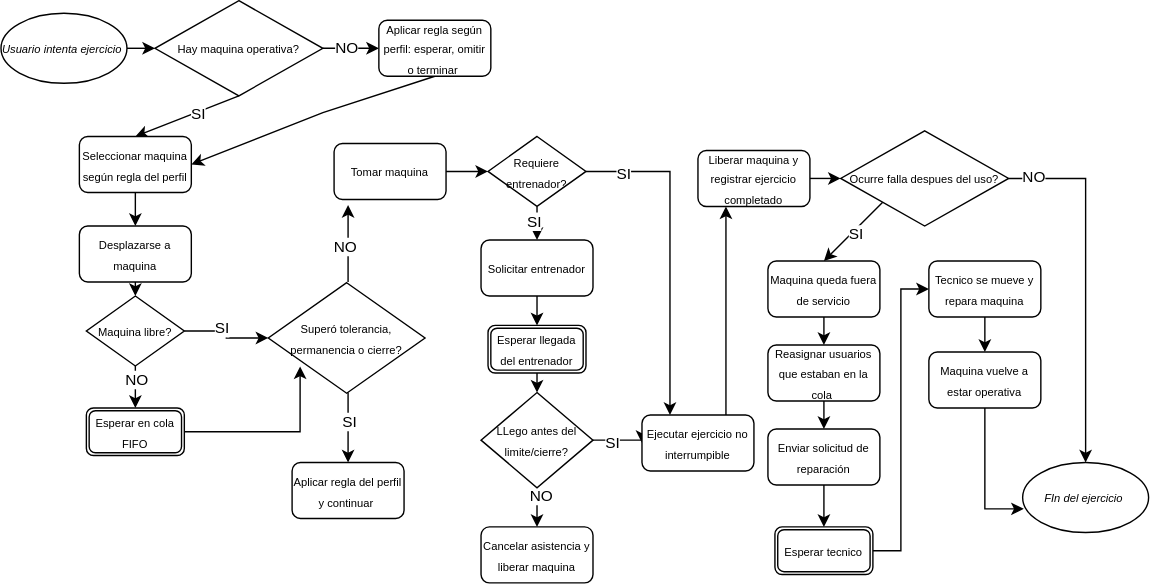
The draw.io diagram Proyecto/Entrega_2/Ejecuciones.drawio.svg in jaaavier6/Proyecto-Fundamentos-de-Sim, before a commit. Source tidied: cells renumbered, new cells last; positions are measured from the earlier drawing's top-left corner, leaving out a move shared by most shapes.
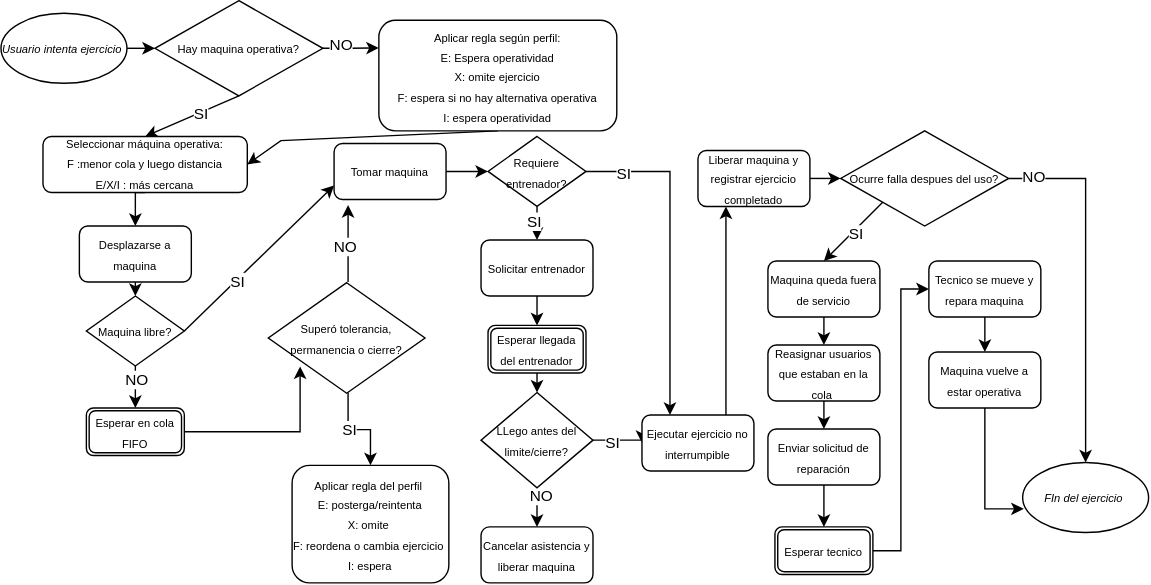
Above is the later version.

Commit message:
diagramas finales + PDFs

Change to the diagram source:
```diff
@@ -8,36 +8,36 @@
     <mxCell id="3" value="&lt;span style=&quot;font-size: 8px;&quot;&gt;&lt;i&gt;Usuario intenta ejercicio&amp;nbsp;&lt;/i&gt;&lt;/span&gt;" style="ellipse;whiteSpace=wrap;html=1;" parent="1" vertex="1">
       <mxGeometry y="9" width="90" height="50" as="geometry" />
     </mxCell>
+    <mxCell id="6" style="rounded=0;jettySize=auto;html=1;exitX=0.5;exitY=1;exitDx=0;exitDy=0;entryX=0.5;entryY=0;entryDx=0;entryDy=0;defaultLabelBackgroundColor=page;" parent="1" edge="1" source="8" target="12">
+      <mxGeometry relative="1" as="geometry" />
+    </mxCell>
+    <mxCell id="7" value="SI" style="edgeLabel;html=1;align=center;verticalAlign=middle;inheritText=1;defaultLabelBackgroundColor=page;" parent="6" vertex="1">
+      <mxGeometry x="-0.19" y="1" relative="1" as="geometry" />
+    </mxCell>
-    <mxCell id="4" style="edgeStyle=orthogonalEdgeStyle;rounded=0;jettySize=auto;html=1;exitX=1;exitY=0.5;exitDx=0;exitDy=0;entryX=0;entryY=0.5;entryDx=0;entryDy=0;defaultLabelBackgroundColor=page;" parent="1" edge="1" source="8" target="10">
+    <mxCell id="4" style="edgeStyle=orthogonalEdgeStyle;rounded=0;jettySize=auto;html=1;exitX=1;exitY=0.5;exitDx=0;exitDy=0;entryX=0;entryY=0.25;entryDx=0;entryDy=0;defaultLabelBackgroundColor=page;" parent="1" edge="1" source="8" target="10">
       <mxGeometry relative="1" as="geometry" />
     </mxCell>
     <mxCell id="5" value="NO" style="edgeLabel;html=1;align=center;verticalAlign=middle;inheritText=1;defaultLabelBackgroundColor=page;" parent="4" vertex="1">
-      <mxGeometry x="-0.2" y="1" relative="1" as="geometry" />
+      <mxGeometry x="-0.38" y="3" relative="1" as="geometry" />
     </mxCell>
-    <mxCell id="6" style="rounded=0;jettySize=auto;html=1;exitX=0.5;exitY=1;exitDx=0;exitDy=0;entryX=0.5;entryY=0;entryDx=0;entryDy=0;defaultLabelBackgroundColor=page;" parent="1" edge="1" source="8" target="12">
-      <mxGeometry relative="1" as="geometry" />
-    </mxCell>
-    <mxCell id="7" value="SI" style="edgeLabel;html=1;align=center;verticalAlign=middle;inheritText=1;defaultLabelBackgroundColor=page;" parent="6" vertex="1">
-      <mxGeometry x="-0.19" y="1" relative="1" as="geometry" />
-    </mxCell>
     <mxCell id="8" value="&lt;span style=&quot;font-size: 8px;&quot;&gt;Hay maquina operativa?&lt;/span&gt;" style="rhombus;whiteSpace=wrap;html=1;" parent="1" vertex="1">
       <mxGeometry x="110" width="120" height="68" as="geometry" />
     </mxCell>
     <mxCell id="9" style="rounded=0;jettySize=auto;html=1;exitX=0.5;exitY=1;exitDx=0;exitDy=0;entryX=1;entryY=0.5;entryDx=0;entryDy=0;defaultLabelBackgroundColor=page;" parent="1" edge="1" source="10" target="12">
       <mxGeometry relative="1" as="geometry">
         <Array as="points">
-          <mxPoint x="230" y="80" />
+          <mxPoint x="200" y="100" />
         </Array>
       </mxGeometry>
     </mxCell>
-    <mxCell id="10" value="&lt;span style=&quot;font-size: 8px;&quot;&gt;Aplicar regla según perfil: esperar, omitir o terminar&amp;nbsp;&lt;/span&gt;" style="rounded=1;whiteSpace=wrap;html=1;" parent="1" vertex="1">
-      <mxGeometry x="270" y="14" width="80" height="40" as="geometry" />
+    <mxCell id="10" value="&lt;span style=&quot;font-size: 8px;&quot;&gt;Aplicar regla según perfil:&lt;/span&gt;&lt;div&gt;&lt;span style=&quot;font-size: 8px;&quot;&gt;E: Espera operatividad&lt;/span&gt;&lt;/div&gt;&lt;div&gt;&lt;span style=&quot;font-size: 8px;&quot;&gt;X: omite ejercicio&lt;/span&gt;&lt;/div&gt;&lt;div&gt;&lt;span style=&quot;font-size: 8px;&quot;&gt;F: espera si no hay alternativa operativa&lt;/span&gt;&lt;/div&gt;&lt;div&gt;&lt;span style=&quot;font-size: 8px;&quot;&gt;I: espera operatividad&lt;/span&gt;&lt;/div&gt;" style="rounded=1;whiteSpace=wrap;html=1;" parent="1" vertex="1">
+      <mxGeometry x="270" y="14" width="170" height="79" as="geometry" />
     </mxCell>
     <mxCell id="11" style="edgeStyle=orthogonalEdgeStyle;rounded=0;jettySize=auto;html=1;exitX=0.5;exitY=1;exitDx=0;exitDy=0;entryX=0.5;entryY=0;entryDx=0;entryDy=0;defaultLabelBackgroundColor=page;" parent="1" edge="1" source="12" target="14">
       <mxGeometry relative="1" as="geometry" />
     </mxCell>
-    <mxCell id="12" value="&lt;span style=&quot;font-size: 8px;&quot;&gt;Seleccionar maquina según regla del perfil&lt;/span&gt;" style="rounded=1;whiteSpace=wrap;html=1;" parent="1" vertex="1">
-      <mxGeometry x="56" y="97" width="80" height="40" as="geometry" />
+    <mxCell id="12" value="&lt;pre dir=&quot;ltr&quot;&gt;&lt;code&gt;&lt;font style=&quot;font-size: 8px;&quot; face=&quot;Helvetica&quot;&gt;Seleccionar máquina operativa:&lt;br&gt;F :menor cola y luego distancia&lt;br&gt;E/X/I : más cercana&lt;/font&gt;&lt;/code&gt;&lt;/pre&gt;" style="rounded=1;whiteSpace=wrap;html=1;" parent="1" vertex="1">
+      <mxGeometry x="30" y="97" width="146" height="40" as="geometry" />
     </mxCell>
     <mxCell id="13" style="edgeStyle=orthogonalEdgeStyle;rounded=0;jettySize=auto;html=1;exitX=0.5;exitY=1;exitDx=0;exitDy=0;entryX=0.5;entryY=0;entryDx=0;entryDy=0;defaultLabelBackgroundColor=page;" parent="1" edge="1" source="14" target="19">
       <mxGeometry relative="1" as="geometry" />
@@ -51,11 +51,11 @@
     <mxCell id="16" value="NO" style="edgeLabel;html=1;align=center;verticalAlign=middle;inheritText=1;defaultLabelBackgroundColor=page;" parent="15" vertex="1">
       <mxGeometry x="-0.37" relative="1" as="geometry" />
     </mxCell>
-    <mxCell id="17" style="edgeStyle=orthogonalEdgeStyle;rounded=0;jettySize=auto;html=1;exitX=1;exitY=0.5;exitDx=0;exitDy=0;entryX=0;entryY=0.5;entryDx=0;entryDy=0;defaultLabelBackgroundColor=page;" parent="1" edge="1" source="19" target="25">
-      <mxGeometry relative="1" as="geometry" />
-    </mxCell>
+    <mxCell id="67" style="rounded=0;jettySize=auto;html=1;exitX=1;exitY=0.5;exitDx=0;exitDy=0;entryX=0;entryY=0.75;entryDx=0;entryDy=0;defaultLabelBackgroundColor=page;" parent="1" edge="1" source="19" target="29">
+      <mxGeometry relative="1" as="geometry" />
+    </mxCell>
-    <mxCell id="18" value="SI" style="edgeLabel;html=1;align=center;verticalAlign=middle;inheritText=1;defaultLabelBackgroundColor=page;" parent="17" vertex="1">
-      <mxGeometry x="-0.2" y="3" relative="1" as="geometry" />
+    <mxCell id="18" value="SI" style="edgeLabel;html=1;align=center;verticalAlign=middle;inheritText=1;defaultLabelBackgroundColor=page;" parent="67" vertex="1">
+      <mxGeometry x="-0.3" y="-1" relative="1" as="geometry" />
     </mxCell>
     <mxCell id="19" value="&lt;span style=&quot;font-size: 8px;&quot;&gt;Maquina libre?&lt;/span&gt;" style="rhombus;whiteSpace=wrap;html=1;" parent="1" vertex="1">
       <mxGeometry x="61" y="211" width="70" height="50" as="geometry" />
@@ -86,8 +86,8 @@
     <mxCell id="26" style="edgeStyle=orthogonalEdgeStyle;rounded=0;jettySize=auto;html=1;exitX=1;exitY=0.5;exitDx=0;exitDy=0;entryX=0.203;entryY=0.757;entryDx=0;entryDy=0;entryPerimeter=0;defaultLabelBackgroundColor=page;" parent="1" edge="1" source="20" target="25">
       <mxGeometry relative="1" as="geometry" />
     </mxCell>
-    <mxCell id="27" value="&lt;span style=&quot;font-size: 8px;&quot;&gt;Aplicar regla del perfil y continuar&amp;nbsp;&lt;/span&gt;" style="rounded=1;whiteSpace=wrap;html=1;" parent="1" vertex="1">
-      <mxGeometry x="208" y="330" width="80" height="40" as="geometry" />
+    <mxCell id="27" value="&lt;span style=&quot;font-size: 8px;&quot;&gt;Aplicar regla del perfil&amp;nbsp;&lt;/span&gt;&lt;div&gt;&lt;span style=&quot;font-size: 8px;&quot;&gt;E: posterga/reintenta&lt;/span&gt;&lt;/div&gt;&lt;div&gt;&lt;span style=&quot;font-size: 8px;&quot;&gt;X: omite&amp;nbsp;&lt;br&gt;F: reordena o cambia ejercicio&amp;nbsp;&lt;/span&gt;&lt;/div&gt;&lt;div&gt;&lt;span style=&quot;font-size: 8px;&quot;&gt;I: espera&lt;/span&gt;&lt;/div&gt;" style="rounded=1;whiteSpace=wrap;html=1;" parent="1" vertex="1">
+      <mxGeometry x="208" y="332" width="112" height="84" as="geometry" />
     </mxCell>
     <mxCell id="28" style="edgeStyle=orthogonalEdgeStyle;rounded=0;jettySize=auto;html=1;exitX=1;exitY=0.5;exitDx=0;exitDy=0;entryX=0;entryY=0.5;entryDx=0;entryDy=0;defaultLabelBackgroundColor=page;" parent="1" edge="1" source="29" target="34">
       <mxGeometry relative="1" as="geometry" />
```
